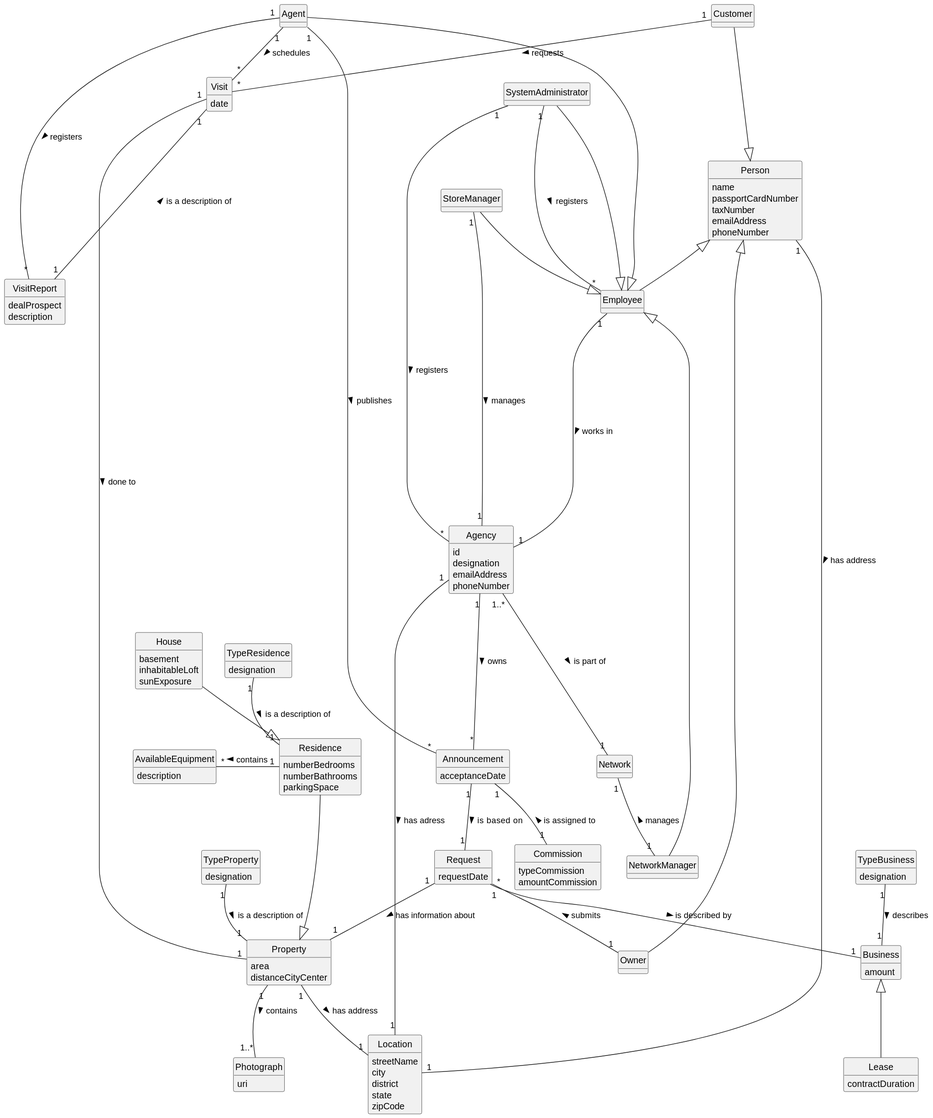
This is docs/sprintB/global-artifacts/02.analysis/svg/project-domain-model.svg from rita-barbosa/LAPR2-2223, a PlantUML export, as it was before one commit.
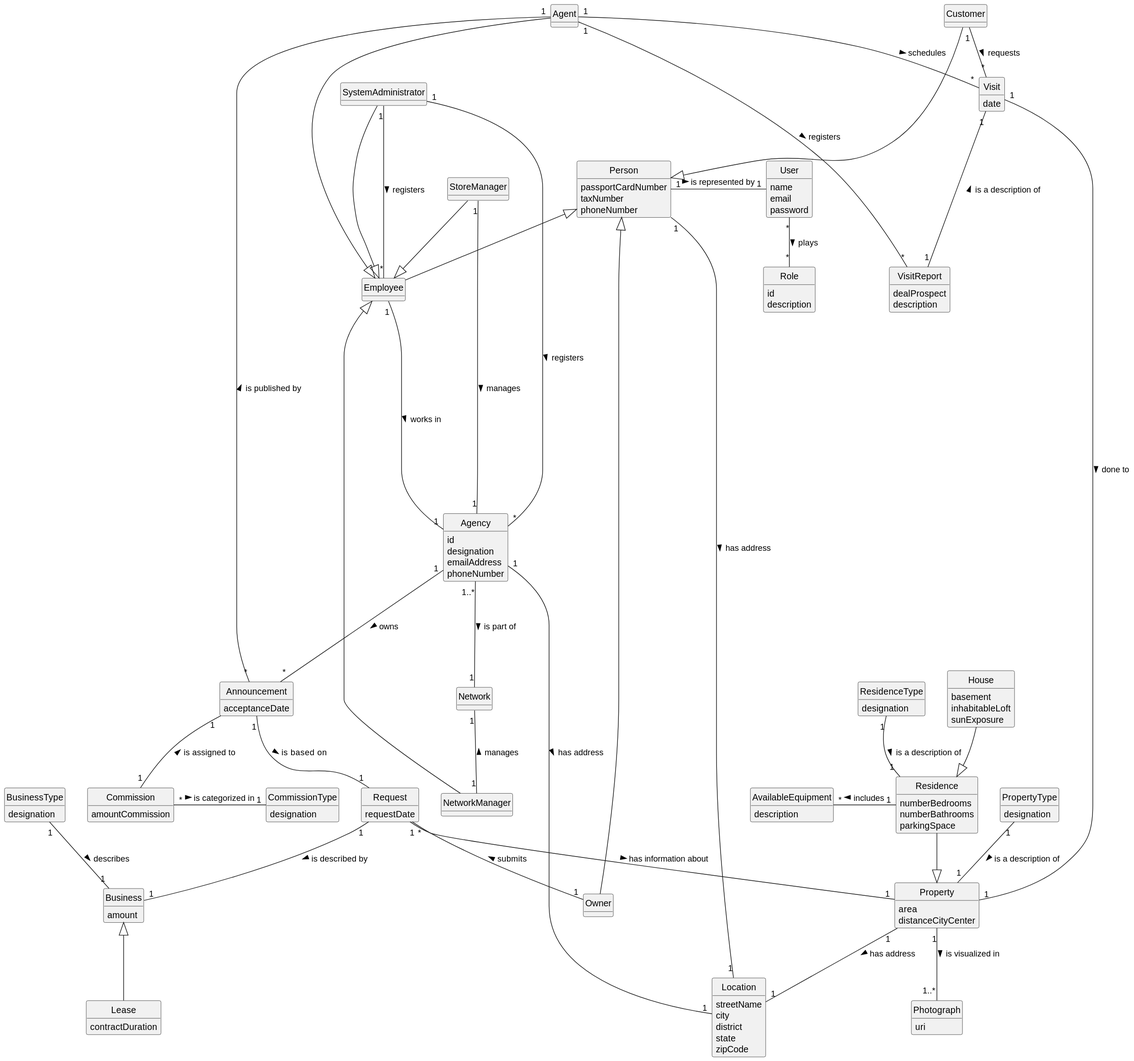
After the change.

What changed in the source:
```diff
@@ -22,14 +22,19 @@
 }
 
 class Person{
-name
 passportCardNumber
 taxNumber
-emailAddress
 phoneNumber
 }
-
-
+class User{
+name
+email
+password
+}
+class Role{
+id
+description
+}
 class Owner{
 }
 
@@ -74,10 +79,10 @@
 }
 class Network{}
 
-class TypeProperty{
+class PropertyType{
 designation
 }
-class TypeResidence{
+class ResidenceType{
 designation
 }
 class Photograph{
@@ -93,15 +98,17 @@
 class Business{
 amount
 }
-class TypeBusiness{
+class BusinessType{
 designation
 }
 class Lease{
 contractDuration
 }
 class Commission {
-typeCommission
 amountCommission
+}
+class CommissionType {
+designation
 }
 class Request{
 requestDate
@@ -117,7 +124,7 @@
 Agent  ----|> Employee
 StoreManager --|> Employee
 NetworkManager ---|> Employee
-Agent "1" -- "*" Announcement: publishes >
+Agent "1" -- "*" Announcement: is published by <
 Agent "1" - "*" Visit: schedules >
 Customer "1" -- "*" Visit:  requests >
 StoreManager "1" -- "1" Agency: manages >
@@ -125,23 +132,26 @@
 Agency "1..*" --- "1" Network: is part of >
 Request "*" -- "1" Owner: submits <
 Visit "1" -- "1" Property: done to >
-Residence  ---|>  Property
+Residence  --|>  Property
 House --|> Residence
 Visit "1" --- "1"  VisitReport: is a description of <
 Agent "1" -- "*" VisitReport: registers >
 Employee "1" ----- "1" Agency: works in  >
-TypeProperty "1" -- "1" Property: is a description of >
-TypeResidence "1" -- "1" Residence: is a description of >
-Property "1" -- "1..*" Photograph: contains >
+PropertyType "1" -- "1" Property: is a description of >
+ResidenceType "1" -- "1" Residence: is a description of >
+Property "1" -- "1..*" Photograph: is visualized in >
 Property "1"--"1" Location: has address >
-Person "1" - "1" Location: has address >
-Agency "1" --- "1" Location: has adress >
-Residence "1" -left "*"AvailableEquipment: contains >
+Person "1" -- "1" Location: has address >
+Agency "1" -- "1" Location: has address >
+Residence "1" -left "*"AvailableEquipment: includes >
 Announcement "1" -- "1" Commission: is assigned to <
 Agency "1" --- "*" Announcement: owns >
 Property "1" -up- "1" Request : < has information about
 Request "1" -- "1" Business: is described by >
 Business <|-- Lease
-TypeBusiness "1" -- "1" Business : describes >
+BusinessType "1" -- "1" Business : describes >
 Announcement "1" -- "1" Request : is  based on >
+Person "1" - "1" User : is represented by >
+User "*" -- "*" Role : plays >
+Commission "*" - "1" CommissionType : is categorized in >
 @enduml
```
